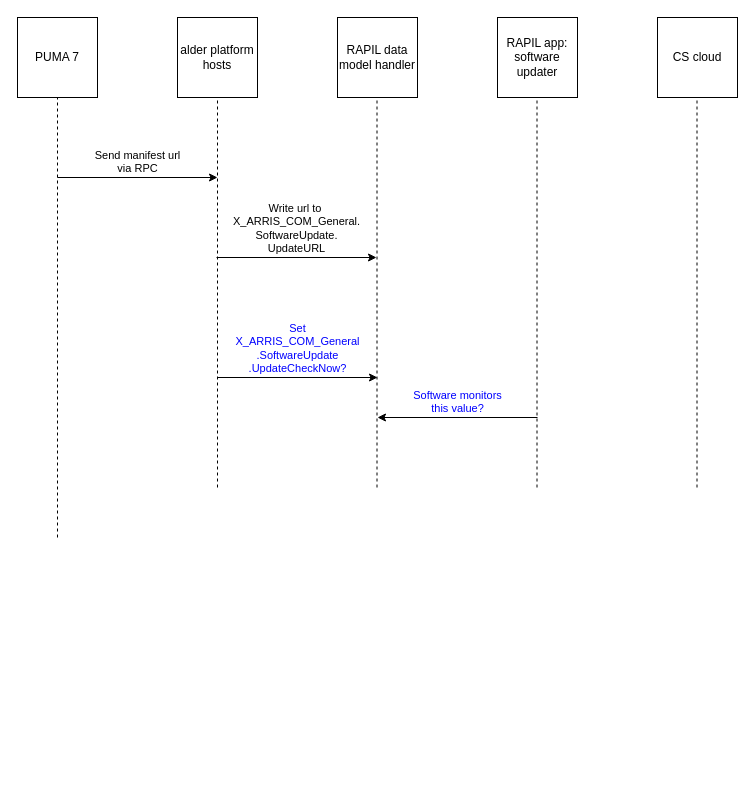
Earlier version of the draw.io diagram 未命名绘图.drawio (ShastaYeh/PYTHON-). Source tidied: cells renumbered, new cells numbered last; positions are measured from the earlier drawing's top-left corner, leaving out a move shared by most shapes. Both pictures are drawn from the tidied source at 100%, with x=0, y=0 at pixel (17, 17).
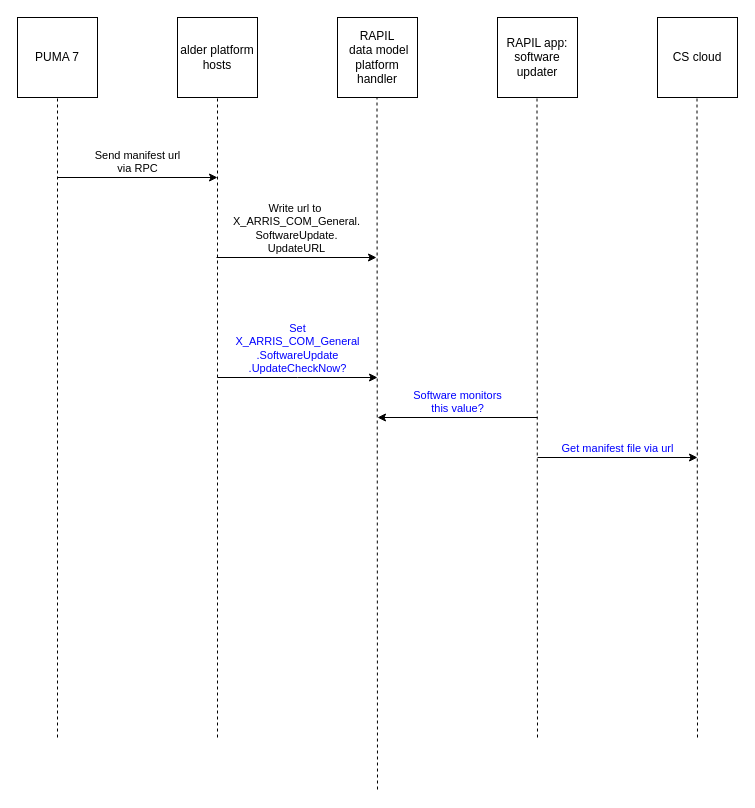
Above is the later version.

Commit message (it also covers changes not shown here):
更新未命名绘图.drawio

Unchanged cells that the change refers to:
```xml
<mxCell id="2" value="PUMA 7" style="rounded=0;whiteSpace=wrap;html=1;" parent="1" vertex="1">
  <mxGeometry width="80" height="80" as="geometry" />
</mxCell>
<mxCell id="3" value="alder platform hosts" style="rounded=0;whiteSpace=wrap;html=1;" parent="1" vertex="1">
  <mxGeometry x="160" width="80" height="80" as="geometry" />
</mxCell>
```

What changed in the source:
```diff
@@
     <mxCell id="4" style="endArrow=none;dashed=1;html=1;rounded=0;entryX=0.5;entryY=1;entryDx=0;entryDy=0;" parent="1" edge="1" target="2">
       <mxGeometry relative="1" as="geometry">
-        <mxPoint x="40" y="520" as="sourcePoint" />
+        <mxPoint x="40" y="720" as="sourcePoint" />
       </mxGeometry>
     </mxCell>
-    <mxCell id="5" value="RAPIL data model handler" style="rounded=0;whiteSpace=wrap;html=1;" parent="1" vertex="1">
+    <mxCell id="5" value="RAPIL&lt;br&gt;&amp;nbsp;data model platform &lt;br&gt;handler" style="rounded=0;whiteSpace=wrap;html=1;" parent="1" vertex="1">
       <mxGeometry x="320" width="80" height="80" as="geometry" />
     </mxCell>
@@
     <mxCell id="7" style="endArrow=none;dashed=1;html=1;rounded=0;entryX=0.5;entryY=1;entryDx=0;entryDy=0;" parent="1" edge="1" target="3">
       <mxGeometry relative="1" as="geometry">
-        <mxPoint x="200" y="470" as="sourcePoint" />
+        <mxPoint x="200" y="720" as="sourcePoint" />
       </mxGeometry>
     </mxCell>
     <mxCell id="8" style="endArrow=none;dashed=1;html=1;rounded=0;entryX=0.5;entryY=1;entryDx=0;entryDy=0;" parent="1" edge="1">
       <mxGeometry relative="1" as="geometry">
-        <mxPoint x="359.5" y="470" as="sourcePoint" />
+        <mxPoint x="360" y="772" as="sourcePoint" />
         <mxPoint x="359.5" y="80" as="targetPoint" />
       </mxGeometry>
     </mxCell>
     <mxCell id="9" style="endArrow=none;dashed=1;html=1;rounded=0;entryX=0.5;entryY=1;entryDx=0;entryDy=0;" parent="1" edge="1">
       <mxGeometry relative="1" as="geometry">
-        <mxPoint x="519.5" y="470" as="sourcePoint" />
+        <mxPoint x="520" y="720" as="sourcePoint" />
         <mxPoint x="519.5" y="80" as="targetPoint" />
       </mxGeometry>
     </mxCell>
@@
     <mxCell id="12" value="&lt;font color=&quot;#0000ff&quot;&gt;Set&lt;br&gt;X_ARRIS_COM_General&lt;br&gt;.SoftwareUpdate&lt;br&gt;.UpdateCheckNow?&lt;/font&gt;" style="endArrow=classic;html=1;rounded=0;labelPosition=center;verticalLabelPosition=top;align=center;verticalAlign=bottom;" parent="1" edge="1">
       <mxGeometry relative="1" as="geometry">
         <mxPoint x="200" y="360" as="sourcePoint" />
         <mxPoint x="360" y="360" as="targetPoint" />
+        <Array as="points">
+          <mxPoint x="280" y="360" />
+        </Array>
       </mxGeometry>
     </mxCell>
@@
     <mxCell id="15" style="endArrow=none;dashed=1;html=1;rounded=0;entryX=0.5;entryY=1;entryDx=0;entryDy=0;" parent="1" edge="1">
       <mxGeometry relative="1" as="geometry">
-        <mxPoint x="679.5" y="470" as="sourcePoint" />
+        <mxPoint x="680" y="720" as="sourcePoint" />
         <mxPoint x="679.5" y="80" as="targetPoint" />
       </mxGeometry>
     </mxCell>
+    <mxCell id="16" value="Get manifest file via url" style="endArrow=classic;html=1;rounded=0;fontColor=#0000FF;labelPosition=center;verticalLabelPosition=top;align=center;verticalAlign=bottom;" parent="1" edge="1">
+      <mxGeometry relative="1" as="geometry">
+        <mxPoint x="520" y="440" as="sourcePoint" />
+        <mxPoint x="680" y="440" as="targetPoint" />
+      </mxGeometry>
+    </mxCell>
```
